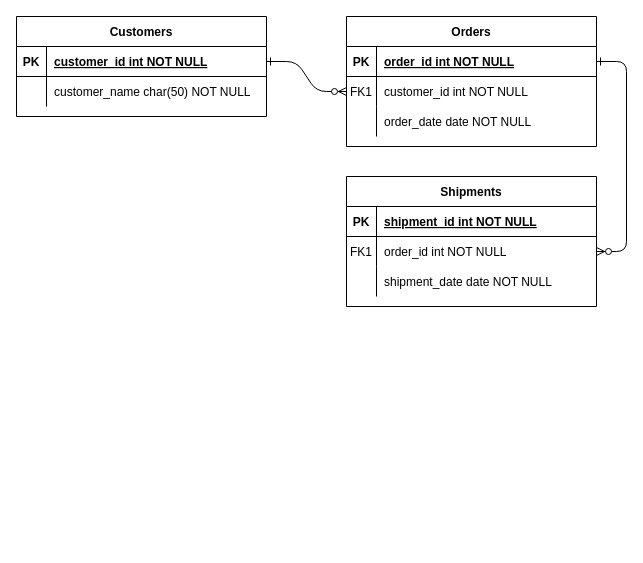
MerelOhler/PromineoWeek9 keeps this draw.io diagram as Untitled Diagram.drawio. Above is the earlier version. Source tidied: cells renumbered, new cells numbered last; positions are measured from the earlier drawing's top-left corner, leaving out a move shared by most shapes. Both pictures are drawn from the tidied source at 100%, with x=0, y=0 at pixel (16, 16).
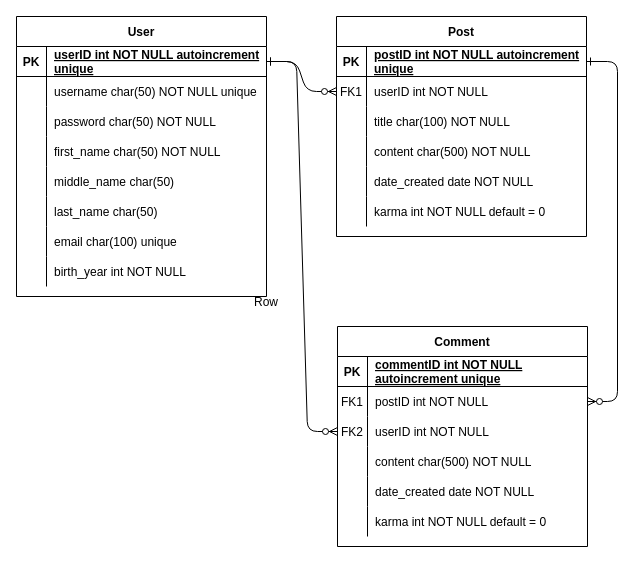
After the change.

Unchanged cells that the change refers to:
```xml
<mxCell id="5" style="shape=partialRectangle;fillColor=none;points=[[0,0.5],[1,0.5]];portConstraint=eastwest;top=0;left=0;right=0;bottom=1;" parent="4" vertex="1">
  <mxGeometry y="30" width="250" height="30" as="geometry" />
</mxCell>
<mxCell id="8" style="shape=partialRectangle;fillColor=none;points=[[0,0.5],[1,0.5]];portConstraint=eastwest;top=0;left=0;right=0;bottom=0;" parent="4" vertex="1">
  <mxGeometry y="60" width="250" height="30" as="geometry" />
</mxCell>
<mxCell id="15" style="shape=partialRectangle;fillColor=none;top=0;left=0;right=0;bottom=1;" parent="14" vertex="1">
  <mxGeometry y="30" width="250" height="30" as="geometry" />
</mxCell>
<mxCell id="18" style="shape=partialRectangle;fillColor=none;points=[[0,0.5],[1,0.5]];portConstraint=eastwest;top=0;left=0;right=0;bottom=0;" parent="14" vertex="1">
  <mxGeometry y="60" width="250" height="30" as="geometry" />
</mxCell>
<mxCell id="25" style="shape=partialRectangle;fillColor=none;points=[[0,0.5],[1,0.5]];portConstraint=eastwest;top=0;left=0;right=0;bottom=1;" parent="24" vertex="1">
  <mxGeometry y="30" width="250" height="30" as="geometry" />
</mxCell>
<mxCell id="28" style="shape=partialRectangle;fillColor=none;top=0;left=0;right=0;bottom=0;" parent="24" vertex="1">
  <mxGeometry y="60" width="250" height="30" as="geometry" />
</mxCell>
```

Change to the diagram source:
```diff
@@
-    <mxCell id="4" value="Orders" style="shape=table;startSize=30;childLayout=tableLayout;rowLines=0;fontStyle=1;align=center;" parent="1" vertex="1">
-      <mxGeometry x="330" width="250" height="130" as="geometry" />
+    <mxCell id="4" value="Post" style="shape=table;startSize=30;childLayout=tableLayout;rowLines=0;fontStyle=1;align=center;" parent="1" vertex="1">
+      <mxGeometry x="320" width="250" height="220" as="geometry" />
     </mxCell>
@@
-    <mxCell id="7" value="order_id int NOT NULL " style="shape=partialRectangle;overflow=hidden;fillColor=none;top=0;left=0;bottom=0;right=0;align=left;spacingLeft=6;fontStyle=5;" parent="5" vertex="1">
+    <mxCell id="7" value="postID int NOT NULL autoincrement &#10;unique" style="shape=partialRectangle;overflow=hidden;fillColor=none;top=0;left=0;bottom=0;right=0;align=left;spacingLeft=6;fontStyle=5;" parent="5" vertex="1">
       <mxGeometry x="30" width="220" height="30" as="geometry" />
     </mxCell>
@@
-    <mxCell id="10" value="customer_id int NOT NULL" style="shape=partialRectangle;overflow=hidden;fillColor=none;top=0;left=0;bottom=0;right=0;align=left;spacingLeft=6;" parent="8" vertex="1">
+    <mxCell id="10" value="userID int NOT NULL" style="shape=partialRectangle;overflow=hidden;fillColor=none;top=0;left=0;bottom=0;right=0;align=left;spacingLeft=6;" parent="8" vertex="1">
       <mxGeometry x="30" width="220" height="30" as="geometry" />
     </mxCell>
+    <mxCell id="31" style="shape=tableRow;horizontal=0;startSize=0;swimlaneHead=0;swimlaneBody=0;fillColor=none;top=0;left=0;right=0;bottom=0;" parent="4" vertex="1">
+      <mxGeometry y="90" width="250" height="30" as="geometry" />
+    </mxCell>
+    <mxCell id="32" style="shape=partialRectangle;fillColor=none;top=0;left=0;bottom=0;right=0;overflow=hidden;" parent="31" vertex="1">
+      <mxGeometry width="30" height="30" as="geometry" />
+    </mxCell>
+    <mxCell id="33" value="title char(100) NOT NULL" style="shape=partialRectangle;fillColor=none;top=0;left=0;bottom=0;right=0;align=left;spacingLeft=6;overflow=hidden;" parent="31" vertex="1">
+      <mxGeometry x="30" width="220" height="30" as="geometry" />
+    </mxCell>
     <mxCell id="11" style="shape=partialRectangle;fillColor=none;top=0;left=0;right=0;bottom=0;" parent="4" vertex="1">
-      <mxGeometry y="90" width="250" height="30" as="geometry" />
+      <mxGeometry y="120" width="250" height="30" as="geometry" />
     </mxCell>
@@
-    <mxCell id="13" value="order_date date NOT NULL" style="shape=partialRectangle;overflow=hidden;fillColor=none;top=0;left=0;bottom=0;right=0;align=left;spacingLeft=6;" parent="11" vertex="1">
+    <mxCell id="13" value="content char(500) NOT NULL" style="shape=partialRectangle;overflow=hidden;fillColor=none;top=0;left=0;bottom=0;right=0;align=left;spacingLeft=6;" parent="11" vertex="1">
       <mxGeometry x="30" width="220" height="30" as="geometry" />
     </mxCell>
+    <mxCell id="34" style="shape=tableRow;horizontal=0;startSize=0;swimlaneHead=0;swimlaneBody=0;fillColor=none;top=0;left=0;right=0;bottom=0;" parent="4" vertex="1">
+      <mxGeometry y="150" width="250" height="30" as="geometry" />
+    </mxCell>
+    <mxCell id="35" style="shape=partialRectangle;fillColor=none;top=0;left=0;bottom=0;right=0;overflow=hidden;" parent="34" vertex="1">
+      <mxGeometry width="30" height="30" as="geometry" />
+    </mxCell>
+    <mxCell id="36" value="date_created date NOT NULL" style="shape=partialRectangle;fillColor=none;top=0;left=0;bottom=0;right=0;align=left;spacingLeft=6;overflow=hidden;" parent="34" vertex="1">
+      <mxGeometry x="30" width="220" height="30" as="geometry" />
+    </mxCell>
+    <mxCell id="37" style="shape=tableRow;horizontal=0;startSize=0;swimlaneHead=0;swimlaneBody=0;fillColor=none;top=0;left=0;right=0;bottom=0;" parent="4" vertex="1">
+      <mxGeometry y="180" width="250" height="30" as="geometry" />
+    </mxCell>
+    <mxCell id="38" style="shape=partialRectangle;fillColor=none;top=0;left=0;bottom=0;right=0;overflow=hidden;" parent="37" vertex="1">
+      <mxGeometry width="30" height="30" as="geometry" />
+    </mxCell>
+    <mxCell id="39" value="karma int NOT NULL default = 0" style="shape=partialRectangle;fillColor=none;top=0;left=0;bottom=0;right=0;align=left;spacingLeft=6;overflow=hidden;" parent="37" vertex="1">
+      <mxGeometry x="30" width="220" height="30" as="geometry" />
+    </mxCell>
-    <mxCell id="14" value="Shipments" style="shape=table;startSize=30;childLayout=tableLayout;rowLines=0;fontStyle=1;align=center;" parent="1" vertex="1">
-      <mxGeometry x="330" y="160" width="250" height="130" as="geometry" />
+    <mxCell id="14" value="Comment" style="shape=table;startSize=30;childLayout=tableLayout;rowLines=0;fontStyle=1;align=center;" parent="1" vertex="1">
+      <mxGeometry x="321" y="310" width="250" height="220" as="geometry" />
     </mxCell>
@@
-    <mxCell id="17" value="shipment_id int NOT NULL " style="shape=partialRectangle;overflow=hidden;fillColor=none;top=0;left=0;bottom=0;right=0;align=left;spacingLeft=6;fontStyle=5;" parent="15" vertex="1">
+    <mxCell id="17" value="commentID int NOT NULL &#10;autoincrement unique" style="shape=partialRectangle;overflow=hidden;fillColor=none;top=0;left=0;bottom=0;right=0;align=left;spacingLeft=6;fontStyle=5;" parent="15" vertex="1">
       <mxGeometry x="30" width="220" height="30" as="geometry" />
     </mxCell>
@@
-    <mxCell id="20" value="order_id int NOT NULL" style="shape=partialRectangle;overflow=hidden;fillColor=none;top=0;left=0;bottom=0;right=0;align=left;spacingLeft=6;" parent="18" vertex="1">
+    <mxCell id="20" value="postID int NOT NULL" style="shape=partialRectangle;overflow=hidden;fillColor=none;top=0;left=0;bottom=0;right=0;align=left;spacingLeft=6;" parent="18" vertex="1">
       <mxGeometry x="30" width="220" height="30" as="geometry" />
     </mxCell>
+    <mxCell id="40" style="shape=tableRow;horizontal=0;startSize=0;swimlaneHead=0;swimlaneBody=0;fillColor=none;points=[[0,0.5],[1,0.5]];portConstraint=eastwest;top=0;left=0;right=0;bottom=0;" parent="14" vertex="1">
+      <mxGeometry y="90" width="250" height="30" as="geometry" />
+    </mxCell>
+    <mxCell id="41" value="FK2" style="shape=partialRectangle;fillColor=none;top=0;left=0;bottom=0;right=0;fontStyle=0;overflow=hidden;" parent="40" vertex="1">
+      <mxGeometry width="30" height="30" as="geometry" />
+    </mxCell>
+    <mxCell id="42" value="userID int NOT NULL" style="shape=partialRectangle;fillColor=none;top=0;left=0;bottom=0;right=0;align=left;spacingLeft=6;fontStyle=0;overflow=hidden;" parent="40" vertex="1">
+      <mxGeometry x="30" width="220" height="30" as="geometry" />
+    </mxCell>
+    <mxCell id="43" style="shape=tableRow;horizontal=0;startSize=0;swimlaneHead=0;swimlaneBody=0;fillColor=none;top=0;left=0;right=0;bottom=0;" parent="14" vertex="1">
+      <mxGeometry y="120" width="250" height="30" as="geometry" />
+    </mxCell>
+    <mxCell id="44" style="shape=partialRectangle;fillColor=none;top=0;left=0;bottom=0;right=0;overflow=hidden;" parent="43" vertex="1">
+      <mxGeometry width="30" height="30" as="geometry" />
+    </mxCell>
+    <mxCell id="45" value="content char(500) NOT NULL" style="shape=partialRectangle;fillColor=none;top=0;left=0;bottom=0;right=0;align=left;spacingLeft=6;overflow=hidden;" parent="43" vertex="1">
+      <mxGeometry x="30" width="220" height="30" as="geometry" />
+    </mxCell>
     <mxCell id="21" style="shape=partialRectangle;fillColor=none;top=0;left=0;right=0;bottom=0;" parent="14" vertex="1">
-      <mxGeometry y="90" width="250" height="30" as="geometry" />
+      <mxGeometry y="150" width="250" height="30" as="geometry" />
     </mxCell>
@@
-    <mxCell id="23" value="shipment_date date NOT NULL" style="shape=partialRectangle;overflow=hidden;fillColor=none;top=0;left=0;bottom=0;right=0;align=left;spacingLeft=6;" parent="21" vertex="1">
+    <mxCell id="23" value="date_created date NOT NULL" style="shape=partialRectangle;overflow=hidden;fillColor=none;top=0;left=0;bottom=0;right=0;align=left;spacingLeft=6;" parent="21" vertex="1">
       <mxGeometry x="30" width="220" height="30" as="geometry" />
     </mxCell>
+    <mxCell id="46" style="shape=tableRow;horizontal=0;startSize=0;swimlaneHead=0;swimlaneBody=0;fillColor=none;top=0;left=0;right=0;bottom=0;" parent="14" vertex="1">
+      <mxGeometry y="180" width="250" height="30" as="geometry" />
+    </mxCell>
+    <mxCell id="47" style="shape=partialRectangle;fillColor=none;top=0;left=0;bottom=0;right=0;overflow=hidden;" parent="46" vertex="1">
+      <mxGeometry width="30" height="30" as="geometry" />
+    </mxCell>
+    <mxCell id="48" value="karma int NOT NULL default = 0" style="shape=partialRectangle;fillColor=none;top=0;left=0;bottom=0;right=0;align=left;spacingLeft=6;overflow=hidden;" parent="46" vertex="1">
+      <mxGeometry x="30" width="220" height="30" as="geometry" />
+    </mxCell>
-    <mxCell id="24" value="Customers" style="shape=table;startSize=30;childLayout=tableLayout;rowLines=0;fontStyle=1;align=center;" parent="1" vertex="1">
-      <mxGeometry width="250" height="100" as="geometry" />
+    <mxCell id="24" value="User" style="shape=table;startSize=30;childLayout=tableLayout;rowLines=0;fontStyle=1;align=center;" parent="1" vertex="1">
+      <mxGeometry width="250" height="280" as="geometry" />
     </mxCell>
@@
-    <mxCell id="27" value="customer_id int NOT NULL " style="shape=partialRectangle;overflow=hidden;fillColor=none;top=0;left=0;bottom=0;right=0;align=left;spacingLeft=6;fontStyle=5;" parent="25" vertex="1">
+    <mxCell id="27" value="userID int NOT NULL autoincrement &#10;unique" style="shape=partialRectangle;overflow=hidden;fillColor=none;top=0;left=0;bottom=0;right=0;align=left;spacingLeft=6;fontStyle=5;" parent="25" vertex="1">
       <mxGeometry x="30" width="220" height="30" as="geometry" />
     </mxCell>
@@
-    <mxCell id="30" value="customer_name char(50) NOT NULL" style="shape=partialRectangle;overflow=hidden;fillColor=none;top=0;left=0;bottom=0;right=0;align=left;spacingLeft=6;" parent="28" vertex="1">
+    <mxCell id="30" value="username char(50) NOT NULL unique" style="shape=partialRectangle;overflow=hidden;fillColor=none;top=0;left=0;bottom=0;right=0;align=left;spacingLeft=6;" parent="28" vertex="1">
       <mxGeometry x="30" width="220" height="30" as="geometry" />
     </mxCell>
+    <mxCell id="49" style="shape=tableRow;horizontal=0;startSize=0;swimlaneHead=0;swimlaneBody=0;fillColor=none;top=0;left=0;right=0;bottom=0;" parent="24" vertex="1">
+      <mxGeometry y="90" width="250" height="30" as="geometry" />
+    </mxCell>
+    <mxCell id="50" style="shape=partialRectangle;fillColor=none;top=0;left=0;bottom=0;right=0;overflow=hidden;" parent="49" vertex="1">
+      <mxGeometry width="30" height="30" as="geometry" />
+    </mxCell>
+    <mxCell id="51" value="password char(50) NOT NULL" style="shape=partialRectangle;fillColor=none;top=0;left=0;bottom=0;right=0;align=left;spacingLeft=6;overflow=hidden;" parent="49" vertex="1">
+      <mxGeometry x="30" width="220" height="30" as="geometry" />
+    </mxCell>
+    <mxCell id="52" style="shape=tableRow;horizontal=0;startSize=0;swimlaneHead=0;swimlaneBody=0;fillColor=none;top=0;left=0;right=0;bottom=0;" parent="24" vertex="1">
+      <mxGeometry y="120" width="250" height="30" as="geometry" />
+    </mxCell>
+    <mxCell id="53" style="shape=partialRectangle;fillColor=none;top=0;left=0;bottom=0;right=0;overflow=hidden;" parent="52" vertex="1">
+      <mxGeometry width="30" height="30" as="geometry" />
+    </mxCell>
+    <mxCell id="54" value="first_name char(50) NOT NULL" style="shape=partialRectangle;fillColor=none;top=0;left=0;bottom=0;right=0;align=left;spacingLeft=6;overflow=hidden;" parent="52" vertex="1">
+      <mxGeometry x="30" width="220" height="30" as="geometry" />
+    </mxCell>
+    <mxCell id="55" style="shape=tableRow;horizontal=0;startSize=0;swimlaneHead=0;swimlaneBody=0;fillColor=none;top=0;left=0;right=0;bottom=0;" parent="24" vertex="1">
+      <mxGeometry y="150" width="250" height="30" as="geometry" />
+    </mxCell>
+    <mxCell id="56" style="shape=partialRectangle;fillColor=none;top=0;left=0;bottom=0;right=0;overflow=hidden;" parent="55" vertex="1">
+      <mxGeometry width="30" height="30" as="geometry" />
+    </mxCell>
+    <mxCell id="57" value="middle_name char(50)" style="shape=partialRectangle;fillColor=none;top=0;left=0;bottom=0;right=0;align=left;spacingLeft=6;overflow=hidden;" parent="55" vertex="1">
+      <mxGeometry x="30" width="220" height="30" as="geometry" />
+    </mxCell>
+    <mxCell id="58" style="shape=tableRow;horizontal=0;startSize=0;swimlaneHead=0;swimlaneBody=0;fillColor=none;top=0;left=0;right=0;bottom=0;" parent="24" vertex="1">
+      <mxGeometry y="180" width="250" height="30" as="geometry" />
+    </mxCell>
+    <mxCell id="59" style="shape=partialRectangle;fillColor=none;top=0;left=0;bottom=0;right=0;overflow=hidden;" parent="58" vertex="1">
+      <mxGeometry width="30" height="30" as="geometry" />
+    </mxCell>
+    <mxCell id="60" value="last_name char(50)" style="shape=partialRectangle;fillColor=none;top=0;left=0;bottom=0;right=0;align=left;spacingLeft=6;overflow=hidden;" parent="58" vertex="1">
+      <mxGeometry x="30" width="220" height="30" as="geometry" />
+    </mxCell>
+    <mxCell id="61" style="shape=tableRow;horizontal=0;startSize=0;swimlaneHead=0;swimlaneBody=0;fillColor=none;top=0;left=0;right=0;bottom=0;" parent="24" vertex="1">
+      <mxGeometry y="210" width="250" height="30" as="geometry" />
+    </mxCell>
+    <mxCell id="62" style="shape=partialRectangle;fillColor=none;top=0;left=0;bottom=0;right=0;overflow=hidden;" parent="61" vertex="1">
+      <mxGeometry width="30" height="30" as="geometry" />
+    </mxCell>
+    <mxCell id="63" value="email char(100) unique" style="shape=partialRectangle;fillColor=none;top=0;left=0;bottom=0;right=0;align=left;spacingLeft=6;overflow=hidden;" parent="61" vertex="1">
+      <mxGeometry x="30" width="220" height="30" as="geometry" />
+    </mxCell>
+    <mxCell id="64" style="shape=tableRow;horizontal=0;startSize=0;swimlaneHead=0;swimlaneBody=0;fillColor=none;top=0;left=0;right=0;bottom=0;" parent="24" vertex="1">
+      <mxGeometry y="240" width="250" height="30" as="geometry" />
+    </mxCell>
+    <mxCell id="65" style="shape=partialRectangle;fillColor=none;top=0;left=0;bottom=0;right=0;overflow=hidden;" parent="64" vertex="1">
+      <mxGeometry width="30" height="30" as="geometry" />
+    </mxCell>
+    <mxCell id="66" value="birth_year int NOT NULL" style="shape=partialRectangle;fillColor=none;top=0;left=0;bottom=0;right=0;align=left;spacingLeft=6;overflow=hidden;" parent="64" vertex="1">
+      <mxGeometry x="30" width="220" height="30" as="geometry" />
+    </mxCell>
+    <mxCell id="67" style="edgeStyle=entityRelationEdgeStyle;endArrow=ERzeroToMany;startArrow=ERone;endFill=1;startFill=0;exitX=1;exitY=0.5;exitDx=0;exitDy=0;entryX=0;entryY=0.5;entryDx=0;entryDy=0;" parent="1" edge="1" source="25" target="40">
+      <mxGeometry relative="1" as="geometry" />
+    </mxCell>
+    <mxCell id="68" style="shape=table;startSize=0;childLayout=tableLayout;rowLines=0;fontStyle=0;align=center;strokeColor=none;fillColor=none;" parent="1" vertex="1">
+      <mxGeometry x="200" y="270" width="180" height="30" as="geometry" />
+    </mxCell>
+    <mxCell id="69" style="shape=tableRow;horizontal=0;startSize=0;swimlaneHead=0;swimlaneBody=0;fillColor=none;top=0;left=0;right=0;bottom=0;" parent="68" vertex="1">
+      <mxGeometry width="180" height="30" as="geometry" />
+    </mxCell>
+    <mxCell id="70" style="shape=partialRectangle;fillColor=none;top=0;left=0;bottom=0;right=0;overflow=hidden;" parent="69" vertex="1">
+      <mxGeometry width="30" height="30" as="geometry" />
+    </mxCell>
+    <mxCell id="71" value="Row" style="shape=partialRectangle;fillColor=none;top=0;left=0;bottom=0;right=0;align=left;spacingLeft=6;overflow=hidden;" parent="69" vertex="1">
+      <mxGeometry x="30" width="150" height="30" as="geometry" />
+    </mxCell>
```
